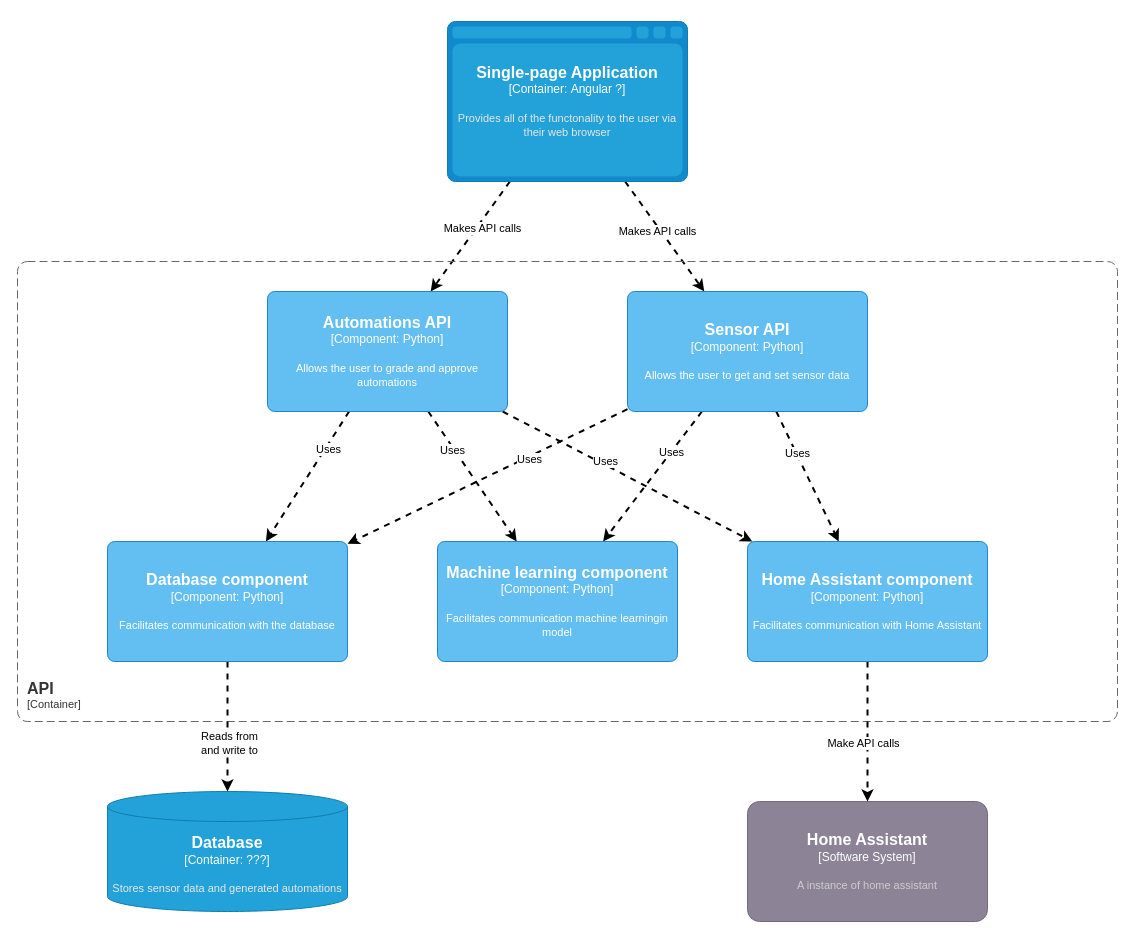
Before: page "C3" (3 of 3) of S7HaMachineLearning/Onderzoeken/Bram/Design/C4/C4Model.drawio in S7HaMachineLearning/documentation, a draw.io diagram. Source tidied: cells renumbered, new cells numbered last; positions are measured from the earlier drawing's top-left corner, leaving out a move shared by most shapes. Both pictures are drawn from the tidied source at 100%, with x=0, y=0 at pixel (17, 21).
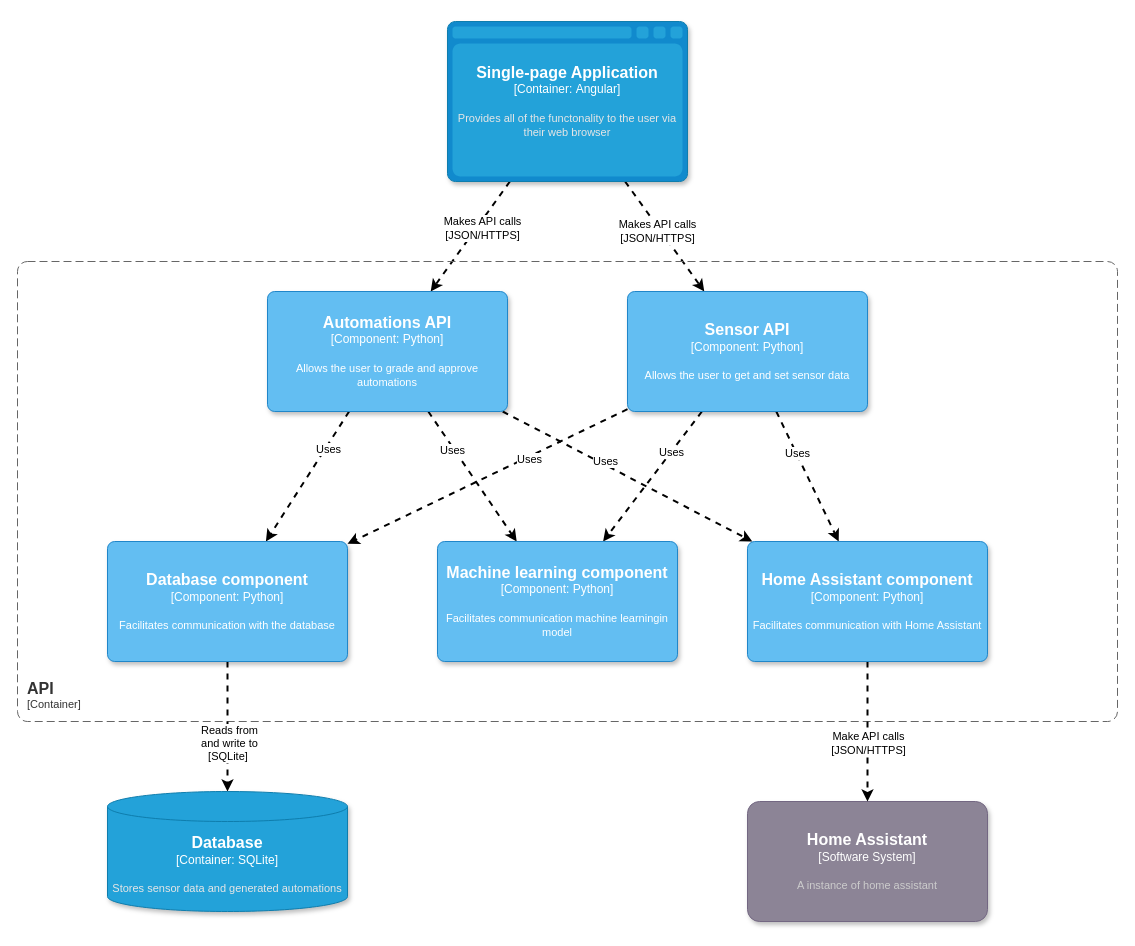
Above is the later version.

Commit message (it also covers changes not shown here):
Update missing container info

Unchanged cells that the change refers to:
```xml
<mxCell id="3" style="rounded=0;jettySize=auto;html=1;dashed=1;strokeWidth=2;" parent="1" edge="1" source="6" target="22">
  <mxGeometry relative="1" as="geometry" />
</mxCell>
<mxCell id="23" style="edgeStyle=orthogonalEdgeStyle;rounded=0;jettySize=auto;html=1;entryX=0.5;entryY=0;entryDx=0;entryDy=0;entryPerimeter=0;strokeWidth=2;dashed=1;" parent="1" edge="1" source="25" target="2">
  <mxGeometry relative="1" as="geometry" />
</mxCell>
<mxCell id="26" style="edgeStyle=orthogonalEdgeStyle;rounded=0;jettySize=auto;html=1;dashed=1;strokeWidth=2;" parent="1" edge="1" source="28" target="7">
  <mxGeometry relative="1" as="geometry" />
</mxCell>
```

Diff of the diagram source:
```diff
@@
     <object id="2" label="&lt;font style=&quot;font-size: 16px&quot;&gt;&lt;b&gt;%c4Name%&lt;/b&gt;&lt;/font&gt;&lt;div&gt;[%c4Type%]&lt;/div&gt;&lt;br&gt;&lt;div&gt;&lt;font style=&quot;font-size: 11px&quot;&gt;&lt;font color=&quot;#cccccc&quot;&gt;%c4Description%&lt;/font&gt;&lt;/div&gt;" c4Description="A instance of home assistant" c4Name="Home Assistant" c4Type="Software System" placeholders="1">
-      <mxCell style="rounded=1;whiteSpace=wrap;html=1;labelBackgroundColor=none;fillColor=#8C8496;fontColor=#ffffff;align=center;arcSize=10;strokeColor=#736782;points=[[0.25,0,0],[0.5,0,0],[0.75,0,0],[1,0.25,0],[1,0.5,0],[1,0.75,0],[0.75,1,0],[0.5,1,0],[0.25,1,0],[0,0.75,0],[0,0.5,0],[0,0.25,0]];" parent="1" vertex="1">
+      <mxCell style="rounded=1;whiteSpace=wrap;html=1;labelBackgroundColor=none;fillColor=#8C8496;fontColor=#ffffff;align=center;arcSize=10;strokeColor=#736782;points=[[0.25,0,0],[0.5,0,0],[0.75,0,0],[1,0.25,0],[1,0.5,0],[1,0.75,0],[0.75,1,0],[0.5,1,0],[0.25,1,0],[0,0.75,0],[0,0.5,0],[0,0.25,0]];shadow=1;" parent="1" vertex="1">
         <mxGeometry x="730" y="780" width="240" height="120" as="geometry" />
       </mxCell>
     </object>
@@
-    <mxCell id="4" value="Makes API calls" style="edgeLabel;html=1;align=center;verticalAlign=middle;" parent="3" vertex="1">
+    <mxCell id="4" value="Makes API calls&lt;br&gt;[JSON/HTTPS]" style="edgeLabel;html=1;align=center;verticalAlign=middle;" parent="3" vertex="1">
       <mxGeometry x="-0.2" y="4" relative="1" as="geometry" />
     </mxCell>
-    <mxCell id="5" value="Makes API calls" style="edgeStyle=none;rounded=0;jettySize=auto;html=1;dashed=1;strokeWidth=2;" parent="1" edge="1" source="6" target="15">
+    <mxCell id="5" value="Makes API calls&lt;br&gt;[JSON/HTTPS]" style="edgeStyle=none;rounded=0;jettySize=auto;html=1;dashed=1;strokeWidth=2;" parent="1" edge="1" source="6" target="15">
       <mxGeometry x="-0.12" y="-3" relative="1" as="geometry" />
     </mxCell>
-    <object id="6" label="&lt;font style=&quot;font-size: 16px&quot;&gt;&lt;b&gt;%c4Type%&lt;/b&gt;&lt;/font&gt;&lt;div&gt;[%c4Container%:&amp;nbsp;%c4Technology%]&lt;/div&gt;&lt;br&gt;&lt;div&gt;&lt;font style=&quot;font-size: 11px&quot;&gt;&lt;font color=&quot;#E6E6E6&quot;&gt;%c4Description%&lt;/font&gt;&lt;/div&gt;" c4Container="Container" c4Description="Provides all of the functonality to the user via their web browser" c4Technology="Angular ?" c4Type="Single-page Application" placeholders="1">
-      <mxCell style="shape=mxgraph.c4.webBrowserContainer2;whiteSpace=wrap;html=1;boundedLbl=1;rounded=0;labelBackgroundColor=none;strokeColor=#118ACD;fillColor=#23A2D9;strokeColor=#118ACD;strokeColor2=#0E7DAD;fontSize=12;fontColor=#ffffff;align=center;points=[[0.5,0,0],[1,0.25,0],[1,0.5,0],[1,0.75,0],[0.5,1,0],[0,0.75,0],[0,0.5,0],[0,0.25,0]];" parent="1" vertex="1">
+    <object id="6" label="&lt;font style=&quot;font-size: 16px&quot;&gt;&lt;b&gt;%c4Type%&lt;/b&gt;&lt;/font&gt;&lt;div&gt;[%c4Container%:&amp;nbsp;%c4Technology%]&lt;/div&gt;&lt;br&gt;&lt;div&gt;&lt;font style=&quot;font-size: 11px&quot;&gt;&lt;font color=&quot;#E6E6E6&quot;&gt;%c4Description%&lt;/font&gt;&lt;/div&gt;" c4Container="Container" c4Description="Provides all of the functonality to the user via their web browser" c4Technology="Angular" c4Type="Single-page Application" placeholders="1">
+      <mxCell style="shape=mxgraph.c4.webBrowserContainer2;whiteSpace=wrap;html=1;boundedLbl=1;rounded=0;labelBackgroundColor=none;strokeColor=#118ACD;fillColor=#23A2D9;strokeColor=#118ACD;strokeColor2=#0E7DAD;fontSize=12;fontColor=#ffffff;align=center;points=[[0.5,0,0],[1,0.25,0],[1,0.5,0],[1,0.75,0],[0.5,1,0],[0,0.75,0],[0,0.5,0],[0,0.25,0]];shadow=1;" parent="1" vertex="1">
         <mxGeometry x="430" width="240" height="160" as="geometry" />
       </mxCell>
     </object>
-    <object id="7" label="&lt;font style=&quot;font-size: 16px&quot;&gt;&lt;b&gt;%c4Type%&lt;/b&gt;&lt;/font&gt;&lt;div&gt;[%c4Container%:&amp;nbsp;%c4Technology%]&lt;/div&gt;&lt;br&gt;&lt;div&gt;&lt;font style=&quot;font-size: 11px&quot;&gt;&lt;font color=&quot;#E6E6E6&quot;&gt;%c4Description%&lt;/font&gt;&lt;/div&gt;" c4Container="Container" c4Description="Stores sensor data and generated automations" c4Technology="???" c4Type="Database" placeholders="1">
-      <mxCell style="shape=cylinder3;size=15;whiteSpace=wrap;html=1;boundedLbl=1;rounded=0;labelBackgroundColor=none;fillColor=#23A2D9;fontSize=12;fontColor=#ffffff;align=center;strokeColor=#0E7DAD;points=[[0.5,0,0],[1,0.25,0],[1,0.5,0],[1,0.75,0],[0.5,1,0],[0,0.75,0],[0,0.5,0],[0,0.25,0]];" parent="1" vertex="1">
+    <object id="7" label="&lt;font style=&quot;font-size: 16px&quot;&gt;&lt;b&gt;%c4Type%&lt;/b&gt;&lt;/font&gt;&lt;div&gt;[%c4Container%:&amp;nbsp;%c4Technology%]&lt;/div&gt;&lt;br&gt;&lt;div&gt;&lt;font style=&quot;font-size: 11px&quot;&gt;&lt;font color=&quot;#E6E6E6&quot;&gt;%c4Description%&lt;/font&gt;&lt;/div&gt;" c4Container="Container" c4Description="Stores sensor data and generated automations" c4Technology="SQLite" c4Type="Database" placeholders="1">
+      <mxCell style="shape=cylinder3;size=15;whiteSpace=wrap;html=1;boundedLbl=1;rounded=0;labelBackgroundColor=none;fillColor=#23A2D9;fontSize=12;fontColor=#ffffff;align=center;strokeColor=#0E7DAD;points=[[0.5,0,0],[1,0.25,0],[1,0.5,0],[1,0.75,0],[0.5,1,0],[0,0.75,0],[0,0.5,0],[0,0.25,0]];shadow=1;" parent="1" vertex="1">
         <mxGeometry x="90" y="770" width="240" height="120" as="geometry" />
       </mxCell>
     </object>
@@
     <object id="15" label="&lt;font style=&quot;font-size: 16px&quot;&gt;&lt;b&gt;%c4Name%&lt;/b&gt;&lt;/font&gt;&lt;div&gt;[%c4Type%: %c4Technology%]&lt;/div&gt;&lt;br&gt;&lt;div&gt;&lt;font style=&quot;font-size: 11px&quot;&gt;%c4Description%&lt;/font&gt;&lt;/div&gt;" c4Description="Allows the user to get and set sensor data" c4Name="Sensor API" c4Technology="Python" c4Type="Component" placeholders="1">
-      <mxCell style="rounded=1;whiteSpace=wrap;html=1;labelBackgroundColor=none;fillColor=#63BEF2;fontColor=#ffffff;align=center;arcSize=6;strokeColor=#2086C9;points=[[0.25,0,0],[0.5,0,0],[0.75,0,0],[1,0.25,0],[1,0.5,0],[1,0.75,0],[0.75,1,0],[0.5,1,0],[0.25,1,0],[0,0.75,0],[0,0.5,0],[0,0.25,0]];" parent="1" vertex="1">
+      <mxCell style="rounded=1;whiteSpace=wrap;html=1;labelBackgroundColor=none;fillColor=#63BEF2;fontColor=#ffffff;align=center;arcSize=6;strokeColor=#2086C9;points=[[0.25,0,0],[0.5,0,0],[0.75,0,0],[1,0.25,0],[1,0.5,0],[1,0.75,0],[0.75,1,0],[0.5,1,0],[0.25,1,0],[0,0.75,0],[0,0.5,0],[0,0.25,0]];shadow=1;" parent="1" vertex="1">
         <mxGeometry x="610" y="270" width="240" height="120" as="geometry" />
       </mxCell>
     </object>
@@
     <object id="22" label="&lt;font style=&quot;font-size: 16px&quot;&gt;&lt;b&gt;%c4Name%&lt;/b&gt;&lt;/font&gt;&lt;div&gt;[%c4Type%: %c4Technology%]&lt;/div&gt;&lt;br&gt;&lt;div&gt;&lt;font style=&quot;font-size: 11px&quot;&gt;%c4Description%&lt;/font&gt;&lt;/div&gt;" c4Description="Allows the user to grade and approve automations" c4Name="Automations API" c4Technology="Python" c4Type="Component" placeholders="1">
-      <mxCell style="rounded=1;whiteSpace=wrap;html=1;labelBackgroundColor=none;fillColor=#63BEF2;fontColor=#ffffff;align=center;arcSize=6;strokeColor=#2086C9;points=[[0.25,0,0],[0.5,0,0],[0.75,0,0],[1,0.25,0],[1,0.5,0],[1,0.75,0],[0.75,1,0],[0.5,1,0],[0.25,1,0],[0,0.75,0],[0,0.5,0],[0,0.25,0]];" parent="1" vertex="1">
+      <mxCell style="rounded=1;whiteSpace=wrap;html=1;labelBackgroundColor=none;fillColor=#63BEF2;fontColor=#ffffff;align=center;arcSize=6;strokeColor=#2086C9;points=[[0.25,0,0],[0.5,0,0],[0.75,0,0],[1,0.25,0],[1,0.5,0],[1,0.75,0],[0.75,1,0],[0.5,1,0],[0.25,1,0],[0,0.75,0],[0,0.5,0],[0,0.25,0]];shadow=1;" parent="1" vertex="1">
         <mxGeometry x="250" y="270" width="240" height="120" as="geometry" />
       </mxCell>
     </object>
@@
-    <mxCell id="24" value="Make API calls" style="edgeLabel;html=1;align=center;verticalAlign=middle;" parent="23" vertex="1">
-      <mxGeometry x="0.16" y="-5" relative="1" as="geometry" />
+    <mxCell id="24" value="Make API calls&lt;br&gt;[JSON/HTTPS]" style="edgeLabel;html=1;align=center;verticalAlign=middle;" parent="23" vertex="1">
+      <mxGeometry x="0.16" y="-5" relative="1" as="geometry">
+        <mxPoint x="5" as="offset" />
+      </mxGeometry>
     </mxCell>
     <object id="25" label="&lt;font style=&quot;font-size: 16px&quot;&gt;&lt;b&gt;%c4Name%&lt;/b&gt;&lt;/font&gt;&lt;div&gt;[%c4Type%: %c4Technology%]&lt;/div&gt;&lt;br&gt;&lt;div&gt;&lt;font style=&quot;font-size: 11px&quot;&gt;%c4Description%&lt;/font&gt;&lt;/div&gt;" c4Description="Facilitates communication with Home Assistant" c4Name="Home Assistant component" c4Technology="Python" c4Type="Component" placeholders="1">
-      <mxCell style="rounded=1;whiteSpace=wrap;html=1;labelBackgroundColor=none;fillColor=#63BEF2;fontColor=#ffffff;align=center;arcSize=6;strokeColor=#2086C9;points=[[0.25,0,0],[0.5,0,0],[0.75,0,0],[1,0.25,0],[1,0.5,0],[1,0.75,0],[0.75,1,0],[0.5,1,0],[0.25,1,0],[0,0.75,0],[0,0.5,0],[0,0.25,0]];" parent="1" vertex="1">
+      <mxCell style="rounded=1;whiteSpace=wrap;html=1;labelBackgroundColor=none;fillColor=#63BEF2;fontColor=#ffffff;align=center;arcSize=6;strokeColor=#2086C9;points=[[0.25,0,0],[0.5,0,0],[0.75,0,0],[1,0.25,0],[1,0.5,0],[1,0.75,0],[0.75,1,0],[0.5,1,0],[0.25,1,0],[0,0.75,0],[0,0.5,0],[0,0.25,0]];shadow=1;" parent="1" vertex="1">
         <mxGeometry x="730" y="520" width="240" height="120" as="geometry" />
       </mxCell>
     </object>
@@
-    <mxCell id="27" value="Reads from&lt;br&gt;and write to" style="edgeLabel;html=1;align=center;verticalAlign=middle;" parent="26" vertex="1">
+    <mxCell id="27" value="Reads from&lt;br&gt;and write to&lt;br&gt;[SQLite]&amp;nbsp;" style="edgeLabel;html=1;align=center;verticalAlign=middle;" parent="26" vertex="1">
       <mxGeometry x="0.25" y="1" relative="1" as="geometry" />
     </mxCell>
     <object id="28" label="&lt;font style=&quot;font-size: 16px&quot;&gt;&lt;b&gt;%c4Name%&lt;/b&gt;&lt;/font&gt;&lt;div&gt;[%c4Type%: %c4Technology%]&lt;/div&gt;&lt;br&gt;&lt;div&gt;&lt;font style=&quot;font-size: 11px&quot;&gt;%c4Description%&lt;/font&gt;&lt;/div&gt;" c4Description="Facilitates communication with the database" c4Name="Database component" c4Technology="Python" c4Type="Component" placeholders="1">
-      <mxCell style="rounded=1;whiteSpace=wrap;html=1;labelBackgroundColor=none;fillColor=#63BEF2;fontColor=#ffffff;align=center;arcSize=6;strokeColor=#2086C9;points=[[0.25,0,0],[0.5,0,0],[0.75,0,0],[1,0.25,0],[1,0.5,0],[1,0.75,0],[0.75,1,0],[0.5,1,0],[0.25,1,0],[0,0.75,0],[0,0.5,0],[0,0.25,0]];" parent="1" vertex="1">
+      <mxCell style="rounded=1;whiteSpace=wrap;html=1;labelBackgroundColor=none;fillColor=#63BEF2;fontColor=#ffffff;align=center;arcSize=6;strokeColor=#2086C9;points=[[0.25,0,0],[0.5,0,0],[0.75,0,0],[1,0.25,0],[1,0.5,0],[1,0.75,0],[0.75,1,0],[0.5,1,0],[0.25,1,0],[0,0.75,0],[0,0.5,0],[0,0.25,0]];shadow=1;" parent="1" vertex="1">
         <mxGeometry x="90" y="520" width="240" height="120" as="geometry" />
       </mxCell>
     </object>
     <object id="29" label="&lt;font style=&quot;font-size: 16px&quot;&gt;&lt;b&gt;%c4Name%&lt;/b&gt;&lt;/font&gt;&lt;div&gt;[%c4Type%: %c4Technology%]&lt;/div&gt;&lt;br&gt;&lt;div&gt;&lt;font style=&quot;font-size: 11px&quot;&gt;%c4Description%&lt;/font&gt;&lt;/div&gt;" c4Description="Facilitates communication machine learningin model" c4Name="Machine learning component" c4Technology="Python" c4Type="Component" placeholders="1">
-      <mxCell style="rounded=1;whiteSpace=wrap;html=1;labelBackgroundColor=none;fillColor=#63BEF2;fontColor=#ffffff;align=center;arcSize=6;strokeColor=#2086C9;points=[[0.25,0,0],[0.5,0,0],[0.75,0,0],[1,0.25,0],[1,0.5,0],[1,0.75,0],[0.75,1,0],[0.5,1,0],[0.25,1,0],[0,0.75,0],[0,0.5,0],[0,0.25,0]];" parent="1" vertex="1">
+      <mxCell style="rounded=1;whiteSpace=wrap;html=1;labelBackgroundColor=none;fillColor=#63BEF2;fontColor=#ffffff;align=center;arcSize=6;strokeColor=#2086C9;points=[[0.25,0,0],[0.5,0,0],[0.75,0,0],[1,0.25,0],[1,0.5,0],[1,0.75,0],[0.75,1,0],[0.5,1,0],[0.25,1,0],[0,0.75,0],[0,0.5,0],[0,0.25,0]];shadow=1;" parent="1" vertex="1">
         <mxGeometry x="420" y="520" width="240" height="120" as="geometry" />
       </mxCell>
     </object>
```
